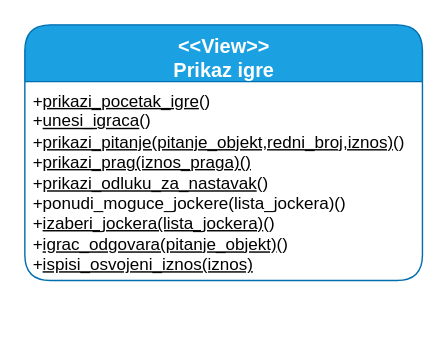
The draw.io diagram page "Dijagram klasa pogleda Milijunaša" (13 of 13) of UML_final.drawio in Kristian383/upi-projekt, before the edit. Source tidied: cells renumbered, new cells numbered last; positions are measured from the earlier drawing's top-left corner, leaving out a move shared by most shapes. Both pictures are drawn from the tidied source at 142%, with x=0, y=0 at pixel (24, 24).
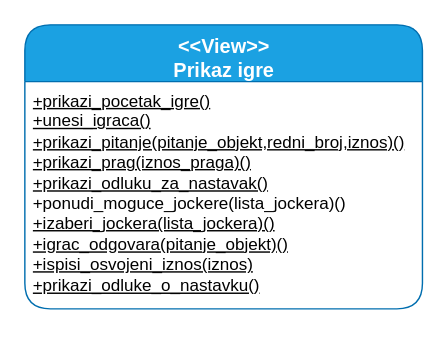
The same page after the edit.

What changed in the source:
```diff
@@
 <mxGraphModel>
   <root>
     <mxCell id="0" />
     <mxCell id="1" parent="0" />
     <mxCell id="2" value="&amp;lt;&amp;lt;View&amp;gt;&amp;gt;&lt;br&gt;Prikaz igre" style="swimlane;fontStyle=1;align=center;verticalAlign=top;horizontal=1;startSize=40;rounded=1;strokeColor=#006EAF;fillColor=#1ba1e2;fontSize=14;html=1;fontColor=#ffffff;" parent="1" vertex="1">
-      <mxGeometry width="280" height="180" as="geometry" />
+      <mxGeometry width="280" height="200" as="geometry" />
     </mxCell>
-    <mxCell id="3" value="+&lt;u&gt;prikazi_pocetak_igre&lt;/u&gt;()&lt;br&gt;+&lt;u&gt;unesi_igraca&lt;/u&gt;()&lt;br&gt;+&lt;u&gt;prikazi_pitanje(pitanje_objekt,redni_broj,iznos)&lt;/u&gt;()&lt;br&gt;+&lt;u&gt;prikazi_prag(iznos_praga)()&lt;/u&gt;&lt;br&gt;+&lt;u&gt;prikazi_odluku_za_nastavak&lt;/u&gt;()&lt;br&gt;+ponudi_moguce_jockere(lista_jockera)()&lt;br&gt;+&lt;u&gt;izaberi_jockera(lista_jockera)&lt;/u&gt;()&lt;br&gt;+&lt;u&gt;igrac_odgovara(pitanje_objekt)&lt;/u&gt;()&lt;br&gt;+&lt;u&gt;ispisi_osvojeni_iznos(iznos)&lt;/u&gt;" style="text;strokeColor=none;fillColor=none;align=left;verticalAlign=top;spacingLeft=4;spacingRight=4;overflow=hidden;fontStyle=0;html=1;" parent="2" vertex="1">
-      <mxGeometry y="40" width="280" height="140" as="geometry" />
+    <mxCell id="3" value="&lt;u&gt;+prikazi_pocetak_igre()&lt;br&gt;+unesi_igraca()&lt;br&gt;+prikazi_pitanje(pitanje_objekt,redni_broj,iznos)()&lt;br&gt;+prikazi_prag(iznos_praga)()&lt;br&gt;+prikazi_odluku_za_nastavak()&lt;/u&gt;&lt;br&gt;+ponudi_moguce_jockere(lista_jockera)()&lt;br&gt;&lt;u&gt;+izaberi_jockera(lista_jockera)()&lt;br&gt;+igrac_odgovara(pitanje_objekt)()&lt;br&gt;+ispisi_osvojeni_iznos(iznos)&lt;br&gt;+prikazi_odluke_o_nastavku()&lt;/u&gt;" style="text;strokeColor=none;fillColor=none;align=left;verticalAlign=top;spacingLeft=4;spacingRight=4;overflow=hidden;fontStyle=0;html=1;" parent="2" vertex="1">
+      <mxGeometry y="40" width="280" height="160" as="geometry" />
     </mxCell>
   </root>
 </mxGraphModel>
```
